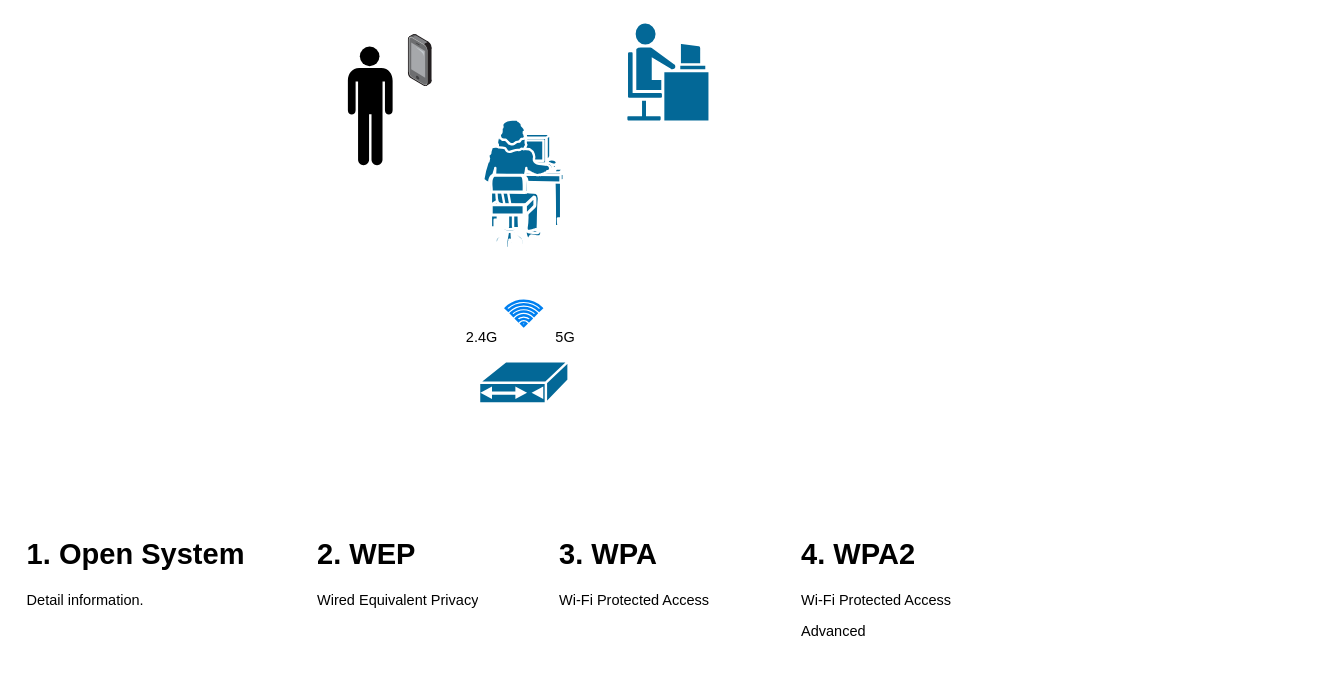
Above: page "WiFi" (4 of 5) of Cable_Modem_Architecture_Sample.drawio in nelsonchung/drawio (draw.io), before the change. Source tidied: cells renumbered, new cells numbered last; positions are measured from the earlier drawing's top-left corner, leaving out a move shared by most shapes. Both pictures are drawn from the tidied source at 121%, with x=0, y=0 at pixel (21, 22).
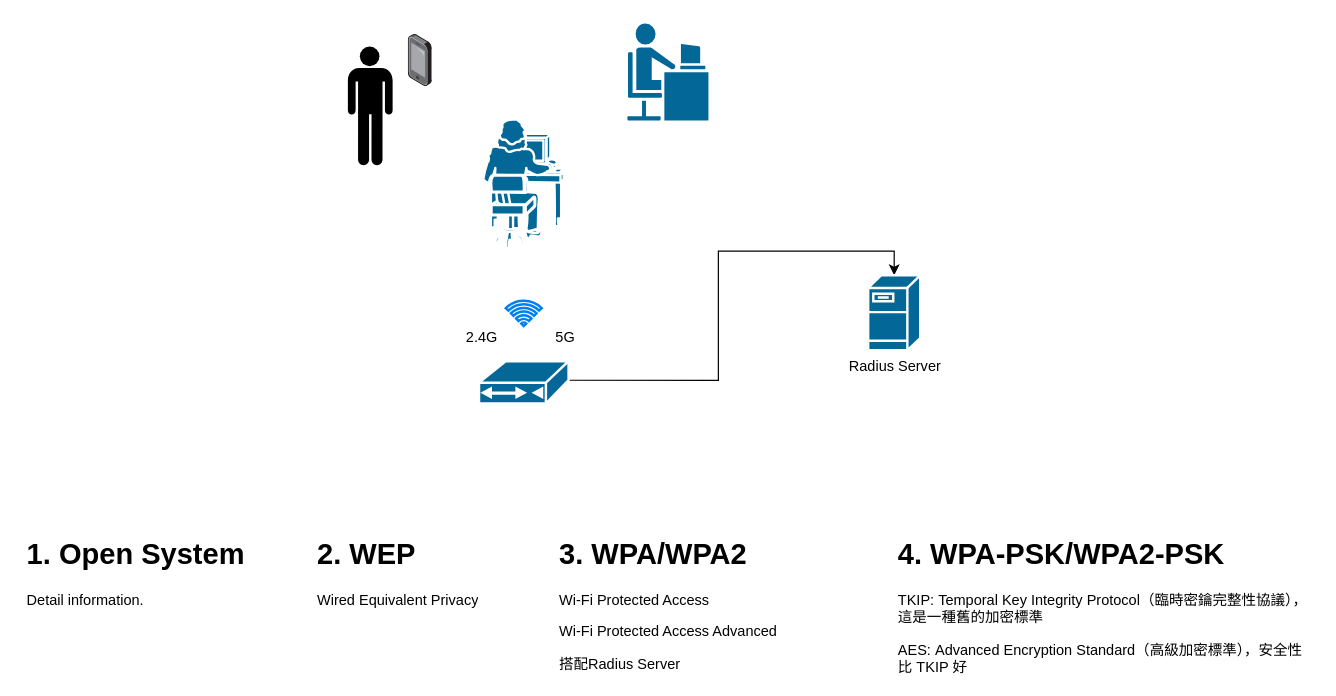
The same page after the edit.

Commit message:
[Cable_Modem_Architecture_Sample] Add Radius Server and Encryption way to WiFi Sheet

What changed in the source:
```diff
@@
 <mxGraphModel>
   <root>
     <mxCell id="0" />
     <mxCell id="1" parent="0" />
+    <mxCell id="14" style="edgeStyle=orthogonalEdgeStyle;rounded=0;jettySize=auto;html=1;exitX=1;exitY=0.45;exitDx=0;exitDy=0;exitPerimeter=0;entryX=0.5;entryY=0;entryDx=0;entryDy=0;entryPerimeter=0;" parent="1" edge="1" source="2" target="15">
+      <mxGeometry relative="1" as="geometry" />
+    </mxCell>
     <mxCell id="2" style="shape=mxgraph.cisco.modems_and_phones.cable_modem;html=1;dashed=0;fillColor=#036897;strokeColor=#ffffff;strokeWidth=2;verticalLabelPosition=bottom;verticalAlign=top;align=center;outlineConnect=0;" parent="1" vertex="1">
       <mxGeometry x="378.4" y="280" width="74" height="35" as="geometry" />
     </mxCell>
     <mxCell id="3" style="shape=mxgraph.cisco.people.androgenous_person;html=1;dashed=0;fillColor=#036897;strokeColor=#ffffff;strokeWidth=2;verticalLabelPosition=bottom;verticalAlign=top;align=center;" parent="1" vertex="1">
       <mxGeometry x="500" width="69" height="82" as="geometry" />
     </mxCell>
     <mxCell id="4" style="shape=mxgraph.cisco.people.mac_woman;html=1;dashed=0;fillColor=#036897;strokeColor=#ffffff;strokeWidth=2;verticalLabelPosition=bottom;verticalAlign=top;align=center;" parent="1" vertex="1">
       <mxGeometry x="381.9" y="80" width="67" height="107" as="geometry" />
     </mxCell>
     <mxCell id="5" style="html=1;verticalLabelPosition=bottom;align=center;labelBackgroundColor=#ffffff;verticalAlign=top;strokeWidth=2;strokeColor=#0080F0;shadow=0;dashed=0;shape=mxgraph.ios7.icons.wifi;" parent="1" vertex="1">
       <mxGeometry x="400.5" y="230" width="29.7" height="21" as="geometry" />
     </mxCell>
     <mxCell id="6" value="2.4G" style="text;html=1;strokeColor=none;fillColor=none;align=center;verticalAlign=middle;whiteSpace=wrap;rounded=0;" parent="1" vertex="1">
       <mxGeometry x="360.5" y="251" width="40" height="20" as="geometry" />
     </mxCell>
     <mxCell id="7" value="5G" style="text;html=1;strokeColor=none;fillColor=none;align=center;verticalAlign=middle;whiteSpace=wrap;rounded=0;" parent="1" vertex="1">
       <mxGeometry x="430.2" y="251" width="40" height="20" as="geometry" />
     </mxCell>
     <mxCell id="8" style="html=1;align=center;shadow=0;dashed=0;image;image=img/lib/allied_telesis/computer_and_terminals/Smartphone.svg;" parent="1" vertex="1">
       <mxGeometry x="320" y="10" width="19.8" height="43.2" as="geometry" />
     </mxCell>
     <mxCell id="9" style="shape=mxgraph.signs.people.man_1;html=1;fillColor=#000000;strokeColor=none;verticalLabelPosition=bottom;verticalAlign=top;align=center;" parent="1" vertex="1">
       <mxGeometry x="270" y="20" width="37" height="98" as="geometry" />
     </mxCell>
     <mxCell id="10" value="&lt;h1&gt;1. Open System&lt;/h1&gt;&lt;p&gt;Detail information.&lt;/p&gt;" style="text;html=1;strokeColor=none;fillColor=none;spacing=5;spacingTop=-20;whiteSpace=wrap;overflow=hidden;rounded=0;" parent="1" vertex="1">
       <mxGeometry y="420" width="190" height="120" as="geometry" />
     </mxCell>
     <mxCell id="11" value="&lt;h1&gt;2. WEP&lt;/h1&gt;&lt;p&gt;Wired Equivalent Privacy&lt;/p&gt;" style="text;html=1;strokeColor=none;fillColor=none;spacing=5;spacingTop=-20;whiteSpace=wrap;overflow=hidden;rounded=0;" parent="1" vertex="1">
       <mxGeometry x="240.2" y="420" width="190" height="120" as="geometry" />
     </mxCell>
-    <mxCell id="12" value="&lt;h1&gt;3. WPA&lt;/h1&gt;&lt;p&gt;Wi-Fi Protected Access&lt;/p&gt;" style="text;html=1;strokeColor=none;fillColor=none;spacing=5;spacingTop=-20;whiteSpace=wrap;overflow=hidden;rounded=0;" parent="1" vertex="1">
-      <mxGeometry x="439.5" y="420" width="190" height="120" as="geometry" />
+    <mxCell id="12" value="&lt;h1&gt;3. WPA/WPA2&lt;/h1&gt;&lt;p&gt;Wi-Fi Protected Access&lt;/p&gt;&lt;p&gt;Wi-Fi Protected Access Advanced&lt;/p&gt;&lt;p&gt;搭配Radius Server&lt;/p&gt;" style="text;html=1;strokeColor=none;fillColor=none;spacing=5;spacingTop=-20;whiteSpace=wrap;overflow=hidden;rounded=0;" parent="1" vertex="1">
+      <mxGeometry x="439.5" y="420" width="230.5" height="120" as="geometry" />
     </mxCell>
-    <mxCell id="13" value="&lt;h1&gt;4. WPA2&lt;/h1&gt;&lt;p&gt;Wi-Fi Protected Access&amp;nbsp;&lt;/p&gt;&lt;p&gt;Advanced&lt;/p&gt;" style="text;html=1;strokeColor=none;fillColor=none;spacing=5;spacingTop=-20;whiteSpace=wrap;overflow=hidden;rounded=0;" parent="1" vertex="1">
-      <mxGeometry x="640" y="420" width="190" height="120" as="geometry" />
+    <mxCell id="13" value="&lt;h1&gt;4. WPA-PSK/WPA2-PSK&lt;/h1&gt;&lt;p&gt;TKIP:&amp;nbsp;Temporal Key Integrity Protocol（臨時密鑰完整性協議），這是一種舊的加密標準&lt;/p&gt;&lt;p&gt;AES:&amp;nbsp;Advanced Encryption Standard（高級加密標準），安全性比 TKIP 好&lt;/p&gt;" style="text;html=1;strokeColor=none;fillColor=none;spacing=5;spacingTop=-20;whiteSpace=wrap;overflow=hidden;rounded=0;" parent="1" vertex="1">
+      <mxGeometry x="720" y="420" width="350" height="120" as="geometry" />
     </mxCell>
+    <mxCell id="15" value="Radius Server" style="shape=mxgraph.cisco.servers.fileserver;html=1;dashed=0;fillColor=#036897;strokeColor=#ffffff;strokeWidth=2;verticalLabelPosition=bottom;verticalAlign=top;align=center;outlineConnect=0;" parent="1" vertex="1">
+      <mxGeometry x="700" y="209" width="43" height="62" as="geometry" />
+    </mxCell>
   </root>
 </mxGraphModel>
```
